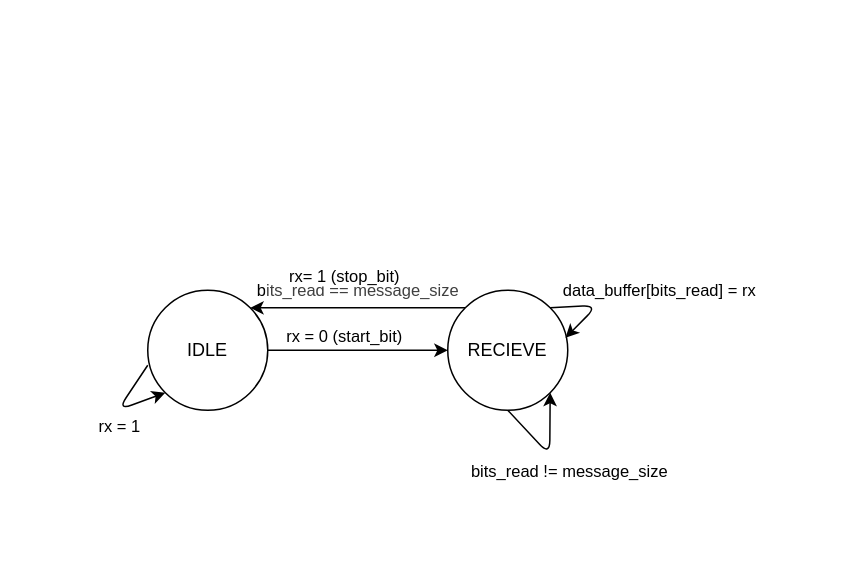
Before: uart_fsm.drawio in benpegg23/bpTPU, a draw.io diagram. Source tidied: cells renumbered, new cells numbered last; positions are measured from the earlier drawing's top-left corner, leaving out a move shared by most shapes. Both pictures are drawn from the tidied source at 150%, with x=0, y=0 at pixel (117, 274).
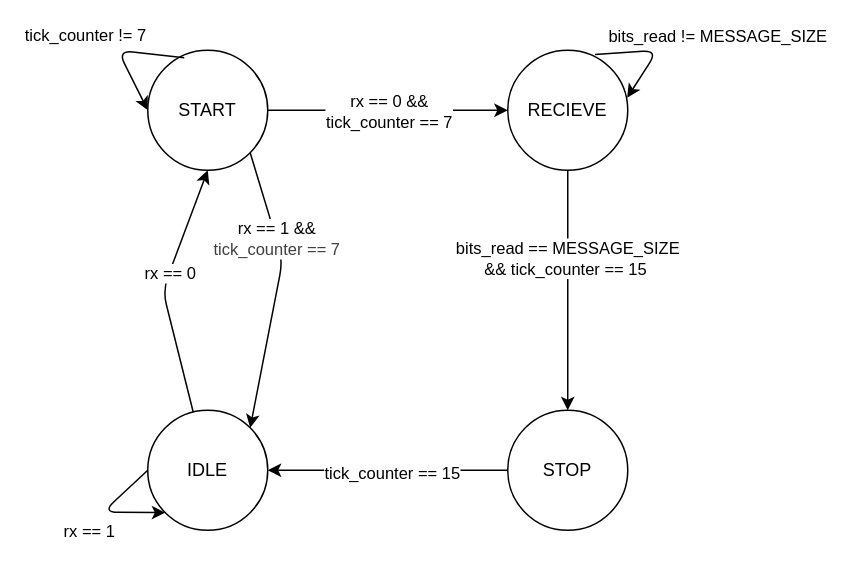
The same page after the edit.

Commit message (it also covers changes not shown here):
updating fsm to add start and stop states

What changed in the source:
```diff
@@
-    <mxCell id="2" style="edgeStyle=none;html=1;exitX=1;exitY=0.5;exitDx=0;exitDy=0;entryX=0;entryY=0.5;entryDx=0;entryDy=0;" parent="1" edge="1" source="4" target="7">
-      <mxGeometry relative="1" as="geometry" />
-    </mxCell>
-    <mxCell id="3" value="rx = 0 (start_bit)" style="edgeLabel;html=1;align=center;verticalAlign=middle;" parent="2" vertex="1">
-      <mxGeometry x="-0.29" y="1" relative="1" as="geometry">
-        <mxPoint x="7" y="-9" as="offset" />
-      </mxGeometry>
-    </mxCell>
+    <mxCell id="15" style="edgeStyle=none;html=1;entryX=0.5;entryY=0;entryDx=0;entryDy=0;" parent="1" edge="1" source="7" target="26">
+      <mxGeometry relative="1" as="geometry" />
+    </mxCell>
+    <mxCell id="16" value="bits_read == MESSAGE_SIZE&lt;div&gt;&amp;amp;&amp;amp; tick_counter == 15&amp;nbsp;&lt;/div&gt;" style="edgeLabel;html=1;align=center;verticalAlign=middle;" parent="15" vertex="1">
+      <mxGeometry x="-0.27" y="-1" relative="1" as="geometry" />
+    </mxCell>
+    <mxCell id="7" value="RECIEVE" style="ellipse;whiteSpace=wrap;html=1;" parent="1" vertex="1">
+      <mxGeometry x="260" y="-150" width="80" height="80" as="geometry" />
+    </mxCell>
+    <mxCell id="17" style="edgeStyle=none;html=1;entryX=0;entryY=0.5;entryDx=0;entryDy=0;" parent="1" edge="1" source="21" target="7">
+      <mxGeometry relative="1" as="geometry" />
+    </mxCell>
+    <mxCell id="18" value="&lt;div&gt;rx == 0 &amp;amp;&amp;amp;&lt;/div&gt;tick_counter == 7" style="edgeLabel;html=1;align=center;verticalAlign=middle;" parent="17" vertex="1">
+      <mxGeometry x="-0.26" relative="1" as="geometry">
+        <mxPoint x="21" as="offset" />
+      </mxGeometry>
+    </mxCell>
+    <mxCell id="19" style="edgeStyle=none;html=1;exitX=1;exitY=1;exitDx=0;exitDy=0;entryX=1;entryY=0;entryDx=0;entryDy=0;" parent="1" edge="1" source="21" target="4">
+      <mxGeometry relative="1" as="geometry">
+        <Array as="points">
+          <mxPoint x="110" y="-10" />
+        </Array>
+      </mxGeometry>
+    </mxCell>
+    <mxCell id="20" value="rx == 1 &amp;amp;&amp;amp;&lt;div&gt;&lt;span style=&quot;color: rgb(63, 63, 63); background-color: light-dark(#ffffff, var(--ge-dark-color, #121212));&quot;&gt;tick_counter == 7&lt;/span&gt;&lt;/div&gt;" style="edgeLabel;html=1;align=center;verticalAlign=middle;" parent="19" vertex="1">
+      <mxGeometry x="-0.36" relative="1" as="geometry" />
+    </mxCell>
+    <mxCell id="21" value="START" style="ellipse;whiteSpace=wrap;html=1;" parent="1" vertex="1">
+      <mxGeometry x="20" y="-150" width="80" height="80" as="geometry" />
+    </mxCell>
+    <mxCell id="22" style="edgeStyle=none;html=1;entryX=0.5;entryY=1;entryDx=0;entryDy=0;" parent="1" edge="1" source="4" target="21">
+      <mxGeometry relative="1" as="geometry">
+        <Array as="points">
+          <mxPoint x="30" y="10" />
+        </Array>
+      </mxGeometry>
+    </mxCell>
+    <mxCell id="23" value="rx == 0" style="edgeLabel;html=1;align=center;verticalAlign=middle;" parent="22" vertex="1">
+      <mxGeometry x="0.14" relative="1" as="geometry" />
+    </mxCell>
     <mxCell id="4" value="IDLE" style="ellipse;whiteSpace=wrap;html=1;" parent="1" vertex="1">
-      <mxGeometry x="20" y="10" width="80" height="80" as="geometry" />
+      <mxGeometry x="20" y="90" width="80" height="80" as="geometry" />
     </mxCell>
-    <mxCell id="5" style="edgeStyle=none;html=1;exitX=0;exitY=0;exitDx=0;exitDy=0;entryX=1;entryY=0;entryDx=0;entryDy=0;" parent="1" edge="1" source="7" target="4">
-      <mxGeometry relative="1" as="geometry" />
-    </mxCell>
-    <mxCell id="6" value="b&lt;span style=&quot;color: rgb(63, 63, 63); background-color: light-dark(#ffffff, var(--ge-dark-color, #121212));&quot;&gt;its_read == message_size&lt;/span&gt;" style="edgeLabel;html=1;align=center;verticalAlign=middle;" parent="5" vertex="1">
-      <mxGeometry x="0.42" y="-2" relative="1" as="geometry">
-        <mxPoint x="30" y="-10" as="offset" />
-      </mxGeometry>
-    </mxCell>
-    <mxCell id="7" value="RECIEVE" style="ellipse;whiteSpace=wrap;html=1;" parent="1" vertex="1">
-      <mxGeometry x="220" y="10" width="80" height="80" as="geometry" />
-    </mxCell>
-    <mxCell id="8" style="edgeStyle=none;html=1;exitX=0.5;exitY=1;exitDx=0;exitDy=0;entryX=1;entryY=1;entryDx=0;entryDy=0;" parent="1" edge="1" source="7" target="7">
-      <mxGeometry relative="1" as="geometry">
-        <Array as="points">
-          <mxPoint x="288" y="120" />
-        </Array>
-      </mxGeometry>
-    </mxCell>
-    <mxCell id="9" value="bits_read != message_size" style="edgeLabel;html=1;align=center;verticalAlign=middle;" parent="8" vertex="1">
-      <mxGeometry x="0.48" relative="1" as="geometry">
-        <mxPoint x="12" y="30" as="offset" />
-      </mxGeometry>
-    </mxCell>
-    <mxCell id="10" value="rx= 1 (stop_bit)" style="edgeLabel;html=1;align=center;verticalAlign=middle;" parent="1" vertex="1">
-      <mxGeometry x="150" as="geometry" />
-    </mxCell>
-    <mxCell id="11" style="edgeStyle=none;html=1;exitX=1;exitY=0;exitDx=0;exitDy=0;entryX=0.981;entryY=0.396;entryDx=0;entryDy=0;entryPerimeter=0;" parent="1" edge="1" source="7" target="7">
-      <mxGeometry relative="1" as="geometry">
-        <Array as="points">
-          <mxPoint x="320" y="20" />
-        </Array>
-      </mxGeometry>
-    </mxCell>
-    <mxCell id="12" value="data_buffer[bits_read] = rx" style="edgeLabel;html=1;align=center;verticalAlign=middle;" parent="11" vertex="1">
-      <mxGeometry x="0.23" relative="1" as="geometry">
-        <mxPoint x="45" y="-15" as="offset" />
-      </mxGeometry>
-    </mxCell>
+    <mxCell id="24" style="edgeStyle=none;html=1;entryX=1;entryY=0.5;entryDx=0;entryDy=0;" parent="1" edge="1" source="26" target="4">
+      <mxGeometry relative="1" as="geometry" />
+    </mxCell>
+    <mxCell id="25" value="tick_counter == 15" style="edgeLabel;html=1;align=center;verticalAlign=middle;" parent="24" vertex="1">
+      <mxGeometry x="-0.03" y="1" relative="1" as="geometry" />
+    </mxCell>
+    <mxCell id="26" value="STOP" style="ellipse;whiteSpace=wrap;html=1;" parent="1" vertex="1">
+      <mxGeometry x="260" y="90" width="80" height="80" as="geometry" />
+    </mxCell>
-    <mxCell id="13" style="edgeStyle=none;html=1;exitX=0;exitY=0.625;exitDx=0;exitDy=0;entryX=0;entryY=1;entryDx=0;entryDy=0;exitPerimeter=0;" parent="1" edge="1" source="4" target="4">
+    <mxCell id="13" style="edgeStyle=none;html=1;exitX=0;exitY=0.5;exitDx=0;exitDy=0;entryX=0;entryY=1;entryDx=0;entryDy=0;" parent="1" edge="1" source="4" target="4">
       <mxGeometry relative="1" as="geometry">
         <Array as="points">
-          <mxPoint y="90" />
+          <mxPoint x="-10" y="158" />
         </Array>
       </mxGeometry>
     </mxCell>
-    <mxCell id="14" value="rx = 1" style="edgeLabel;html=1;align=center;verticalAlign=middle;" parent="13" vertex="1">
-      <mxGeometry x="-0.28" y="-1" relative="1" as="geometry">
-        <mxPoint x="-5" y="20" as="offset" />
-      </mxGeometry>
-    </mxCell>
+    <mxCell id="27" value="rx == 1" style="edgeLabel;html=1;align=center;verticalAlign=middle;" parent="13" vertex="1">
+      <mxGeometry x="-0.26" relative="1" as="geometry">
+        <mxPoint x="-17" y="19" as="offset" />
+      </mxGeometry>
+    </mxCell>
+    <mxCell id="28" style="edgeStyle=none;html=1;exitX=0.727;exitY=0.036;exitDx=0;exitDy=0;entryX=0.995;entryY=0.396;entryDx=0;entryDy=0;entryPerimeter=0;exitPerimeter=0;" parent="1" edge="1" source="7" target="7">
+      <mxGeometry relative="1" as="geometry">
+        <Array as="points">
+          <mxPoint x="360" y="-150" />
+        </Array>
+      </mxGeometry>
+    </mxCell>
+    <mxCell id="29" value="bits_read != MESSAGE_SIZE" style="edgeLabel;html=1;align=center;verticalAlign=middle;" parent="28" vertex="1">
+      <mxGeometry x="0.27" y="-3" relative="1" as="geometry">
+        <mxPoint x="47" y="-15" as="offset" />
+      </mxGeometry>
+    </mxCell>
+    <mxCell id="30" style="edgeStyle=none;html=1;exitX=0.304;exitY=0.063;exitDx=0;exitDy=0;entryX=0;entryY=0.5;entryDx=0;entryDy=0;exitPerimeter=0;" parent="1" edge="1" source="21" target="21">
+      <mxGeometry relative="1" as="geometry">
+        <Array as="points">
+          <mxPoint y="-150" />
+        </Array>
+      </mxGeometry>
+    </mxCell>
+    <mxCell id="31" value="tick_counter != 7&amp;nbsp;" style="edgeLabel;html=1;align=center;verticalAlign=middle;" parent="30" vertex="1">
+      <mxGeometry x="0.18" y="-1" relative="1" as="geometry">
+        <mxPoint x="-23" y="-18" as="offset" />
+      </mxGeometry>
+    </mxCell>
```
